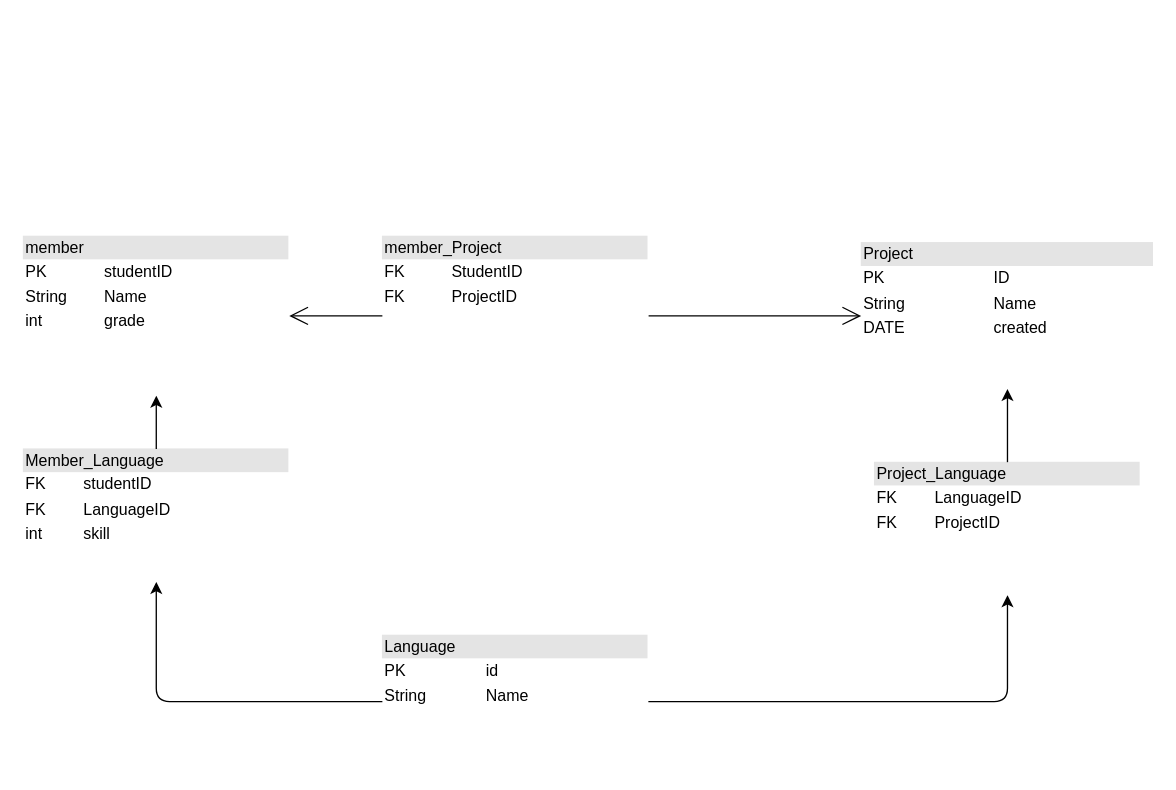
swkoubou/memberssite keeps this draw.io diagram as Documents/e_r.drawio. Above is the earlier version. Source tidied: cells renumbered, new cells numbered last; positions are measured from the earlier drawing's top-left corner, leaving out a move shared by most shapes. Both pictures are drawn from the tidied source at 133%, with x=0, y=0 at pixel (23, 235).
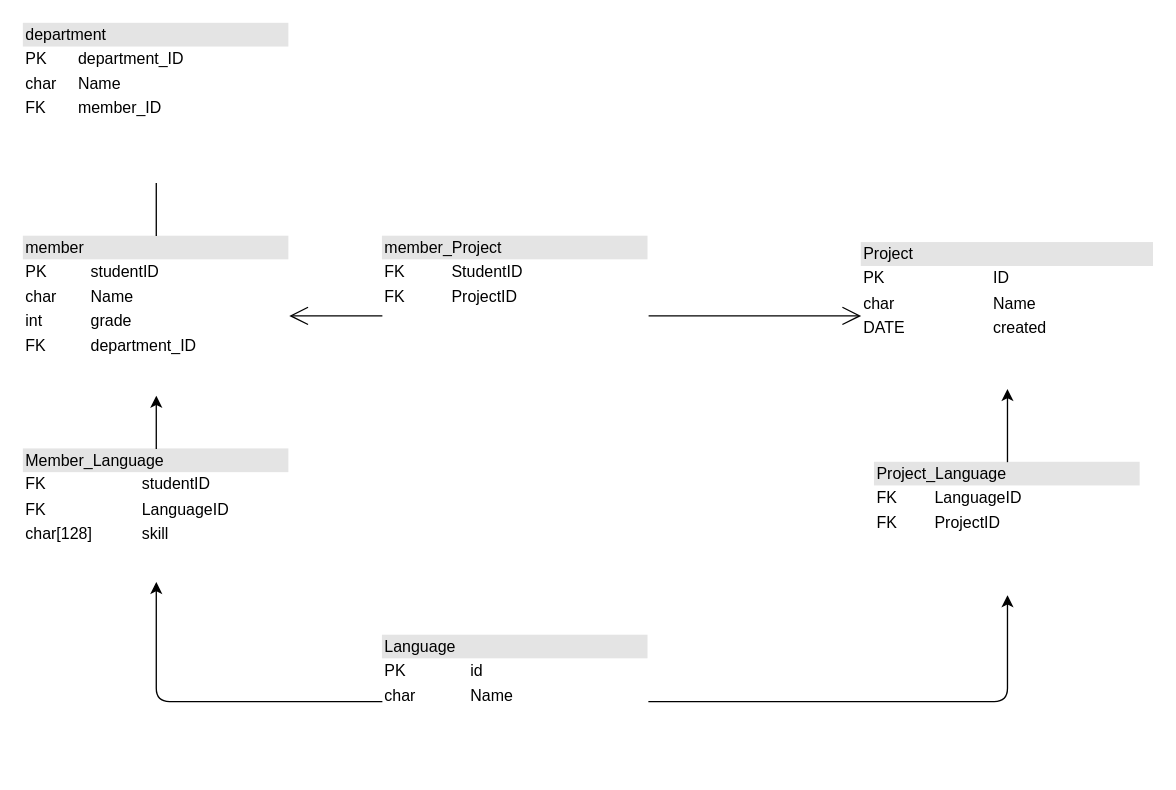
Above is the later version.

Commit message:
前回の変更分反映

What changed in the source:
```diff
@@
 <mxGraphModel>
   <root>
     <mxCell id="0" />
     <mxCell id="1" parent="0" />
-    <mxCell id="2" value="&lt;div style=&quot;box-sizing: border-box ; width: 100% ; background: #e4e4e4 ; padding: 2px&quot;&gt;&lt;font color=&quot;#000000&quot;&gt;member&lt;/font&gt;&lt;/div&gt;&lt;table style=&quot;width: 100% ; font-size: 1em&quot; cellpadding=&quot;2&quot; cellspacing=&quot;0&quot;&gt;&lt;tbody&gt;&lt;tr&gt;&lt;td&gt;PK&lt;/td&gt;&lt;td&gt;studentID&lt;/td&gt;&lt;/tr&gt;&lt;tr&gt;&lt;td&gt;String&lt;/td&gt;&lt;td&gt;Name&lt;/td&gt;&lt;/tr&gt;&lt;tr&gt;&lt;td&gt;int&lt;/td&gt;&lt;td&gt;grade&lt;span style=&quot;white-space: pre&quot;&gt;&#9;&lt;/span&gt;&lt;span style=&quot;white-space: pre&quot;&gt;&#9;&lt;/span&gt;&lt;br&gt;&lt;/td&gt;&lt;/tr&gt;&lt;/tbody&gt;&lt;/table&gt;" style="verticalAlign=top;align=left;overflow=fill;html=1;strokeColor=none;" parent="1" vertex="1">
+    <mxCell id="2" value="&lt;div style=&quot;box-sizing: border-box ; width: 100% ; background: #e4e4e4 ; padding: 2px&quot;&gt;&lt;font color=&quot;#000000&quot;&gt;member&lt;/font&gt;&lt;/div&gt;&lt;table style=&quot;width: 100% ; font-size: 1em&quot; cellpadding=&quot;2&quot; cellspacing=&quot;0&quot;&gt;&lt;tbody&gt;&lt;tr&gt;&lt;td&gt;PK&lt;/td&gt;&lt;td&gt;studentID&lt;/td&gt;&lt;/tr&gt;&lt;tr&gt;&lt;td&gt;char&lt;/td&gt;&lt;td&gt;Name&lt;/td&gt;&lt;/tr&gt;&lt;tr&gt;&lt;td&gt;int&lt;/td&gt;&lt;td&gt;grade&lt;span style=&quot;white-space: pre&quot;&gt;&#9;&lt;/span&gt;&lt;span style=&quot;white-space: pre&quot;&gt;&#9;&lt;/span&gt;&lt;br&gt;&lt;/td&gt;&lt;/tr&gt;&lt;tr&gt;&lt;td&gt;FK&lt;/td&gt;&lt;td&gt;department_ID&lt;/td&gt;&lt;/tr&gt;&lt;/tbody&gt;&lt;/table&gt;" style="verticalAlign=top;align=left;overflow=fill;html=1;strokeColor=none;" parent="1" vertex="1">
       <mxGeometry width="200" height="120" as="geometry" />
     </mxCell>
-    <mxCell id="3" value="&lt;div style=&quot;box-sizing: border-box ; width: 100% ; background: #e4e4e4 ; padding: 2px&quot;&gt;&lt;font color=&quot;#000000&quot;&gt;Language&lt;/font&gt;&lt;/div&gt;&lt;table style=&quot;width: 100% ; font-size: 1em&quot; cellpadding=&quot;2&quot; cellspacing=&quot;0&quot;&gt;&lt;tbody&gt;&lt;tr&gt;&lt;td&gt;PK&lt;/td&gt;&lt;td&gt;id&lt;br&gt;&lt;/td&gt;&lt;/tr&gt;&lt;tr&gt;&lt;td&gt;String&lt;/td&gt;&lt;td&gt;Name&lt;/td&gt;&lt;/tr&gt;&lt;tr&gt;&lt;td&gt;&lt;/td&gt;&lt;td&gt;&lt;span style=&quot;white-space: pre&quot;&gt;&#9;&lt;/span&gt;&lt;span style=&quot;white-space: pre&quot;&gt;&#9;&lt;/span&gt;&lt;br&gt;&lt;/td&gt;&lt;/tr&gt;&lt;/tbody&gt;&lt;/table&gt;" style="verticalAlign=top;align=left;overflow=fill;html=1;strokeColor=none;" parent="1" vertex="1">
+    <mxCell id="3" value="&lt;div style=&quot;box-sizing: border-box ; width: 100% ; background: #e4e4e4 ; padding: 2px&quot;&gt;&lt;font color=&quot;#000000&quot;&gt;Language&lt;/font&gt;&lt;/div&gt;&lt;table style=&quot;width: 100% ; font-size: 1em&quot; cellpadding=&quot;2&quot; cellspacing=&quot;0&quot;&gt;&lt;tbody&gt;&lt;tr&gt;&lt;td&gt;PK&lt;/td&gt;&lt;td&gt;id&lt;br&gt;&lt;/td&gt;&lt;/tr&gt;&lt;tr&gt;&lt;td&gt;char&lt;/td&gt;&lt;td&gt;Name&lt;/td&gt;&lt;/tr&gt;&lt;tr&gt;&lt;td&gt;&lt;/td&gt;&lt;td&gt;&lt;span style=&quot;white-space: pre&quot;&gt;&#9;&lt;/span&gt;&lt;span style=&quot;white-space: pre&quot;&gt;&#9;&lt;/span&gt;&lt;br&gt;&lt;/td&gt;&lt;/tr&gt;&lt;/tbody&gt;&lt;/table&gt;" style="verticalAlign=top;align=left;overflow=fill;html=1;strokeColor=none;" parent="1" vertex="1">
       <mxGeometry x="270" y="300" width="200" height="100" as="geometry" />
     </mxCell>
-    <mxCell id="4" value="&lt;div style=&quot;box-sizing: border-box ; width: 100% ; background: #e4e4e4 ; padding: 2px&quot;&gt;&lt;font color=&quot;#000000&quot;&gt;Project&lt;/font&gt;&lt;/div&gt;&lt;table style=&quot;width: 100% ; font-size: 1em&quot; cellpadding=&quot;2&quot; cellspacing=&quot;0&quot;&gt;&lt;tbody&gt;&lt;tr&gt;&lt;td&gt;PK&lt;/td&gt;&lt;td&gt;ID&lt;/td&gt;&lt;/tr&gt;&lt;tr&gt;&lt;td&gt;String&lt;/td&gt;&lt;td&gt;Name&lt;/td&gt;&lt;/tr&gt;&lt;tr&gt;&lt;td&gt;DATE&lt;/td&gt;&lt;td&gt;created&lt;/td&gt;&lt;/tr&gt;&lt;/tbody&gt;&lt;/table&gt;" style="verticalAlign=top;align=left;overflow=fill;html=1;strokeColor=none;" parent="1" vertex="1">
+    <mxCell id="4" value="&lt;div style=&quot;box-sizing: border-box ; width: 100% ; background: #e4e4e4 ; padding: 2px&quot;&gt;&lt;font color=&quot;#000000&quot;&gt;Project&lt;/font&gt;&lt;/div&gt;&lt;table style=&quot;width: 100% ; font-size: 1em&quot; cellpadding=&quot;2&quot; cellspacing=&quot;0&quot;&gt;&lt;tbody&gt;&lt;tr&gt;&lt;td&gt;PK&lt;/td&gt;&lt;td&gt;ID&lt;/td&gt;&lt;/tr&gt;&lt;tr&gt;&lt;td&gt;char&lt;/td&gt;&lt;td&gt;Name&lt;/td&gt;&lt;/tr&gt;&lt;tr&gt;&lt;td&gt;DATE&lt;/td&gt;&lt;td&gt;created&lt;/td&gt;&lt;/tr&gt;&lt;/tbody&gt;&lt;/table&gt;" style="verticalAlign=top;align=left;overflow=fill;html=1;strokeColor=none;" parent="1" vertex="1">
       <mxGeometry x="630" y="5" width="220" height="110" as="geometry" />
     </mxCell>
     <mxCell id="5" style="endArrow=open;endFill=1;endSize=12;html=1;fontColor=#000000;startArrow=none;entryX=0;entryY=0.5;entryDx=0;entryDy=0;" parent="1" edge="1" source="6" target="4">
       <mxGeometry relative="1" as="geometry" />
     </mxCell>
     <mxCell id="6" value="&lt;div style=&quot;box-sizing: border-box ; width: 100% ; background: #e4e4e4 ; padding: 2px&quot;&gt;&lt;font color=&quot;#000000&quot;&gt;member_Project&lt;/font&gt;&lt;/div&gt;&lt;table style=&quot;width: 100% ; font-size: 1em&quot; cellpadding=&quot;2&quot; cellspacing=&quot;0&quot;&gt;&lt;tbody&gt;&lt;tr&gt;&lt;td&gt;FK&lt;/td&gt;&lt;td&gt;StudentID&lt;/td&gt;&lt;/tr&gt;&lt;tr&gt;&lt;td&gt;FK&lt;/td&gt;&lt;td&gt;ProjectID&lt;/td&gt;&lt;/tr&gt;&lt;/tbody&gt;&lt;/table&gt;" style="verticalAlign=top;align=left;overflow=fill;html=1;strokeColor=none;" parent="1" vertex="1">
       <mxGeometry x="270" width="200" height="120" as="geometry" />
     </mxCell>
     <mxCell id="7" style="endArrow=open;endFill=1;endSize=12;html=1;fontColor=#000000;entryX=1;entryY=0.5;entryDx=0;entryDy=0;exitX=0;exitY=0.5;exitDx=0;exitDy=0;" parent="1" edge="1" source="6" target="2">
       <mxGeometry relative="1" as="geometry" />
     </mxCell>
-    <mxCell id="8" value="&lt;div style=&quot;box-sizing: border-box ; width: 100% ; background: #e4e4e4 ; padding: 2px&quot;&gt;&lt;font color=&quot;#000000&quot;&gt;Member_Language&lt;/font&gt;&lt;/div&gt;&lt;table style=&quot;width: 100% ; font-size: 1em&quot; cellpadding=&quot;2&quot; cellspacing=&quot;0&quot;&gt;&lt;tbody&gt;&lt;tr&gt;&lt;td&gt;FK&lt;/td&gt;&lt;td&gt;studentID&lt;/td&gt;&lt;/tr&gt;&lt;tr&gt;&lt;td&gt;FK&lt;/td&gt;&lt;td&gt;LanguageID&lt;/td&gt;&lt;/tr&gt;&lt;tr&gt;&lt;td&gt;int&lt;/td&gt;&lt;td&gt;skill&lt;/td&gt;&lt;/tr&gt;&lt;/tbody&gt;&lt;/table&gt;" style="verticalAlign=top;align=left;overflow=fill;html=1;strokeColor=none;" parent="1" vertex="1">
+    <mxCell id="8" value="&lt;div style=&quot;box-sizing: border-box ; width: 100% ; background: #e4e4e4 ; padding: 2px&quot;&gt;&lt;font color=&quot;#000000&quot;&gt;Member_Language&lt;/font&gt;&lt;/div&gt;&lt;table style=&quot;width: 100% ; font-size: 1em&quot; cellpadding=&quot;2&quot; cellspacing=&quot;0&quot;&gt;&lt;tbody&gt;&lt;tr&gt;&lt;td&gt;FK&lt;/td&gt;&lt;td&gt;studentID&lt;/td&gt;&lt;/tr&gt;&lt;tr&gt;&lt;td&gt;FK&lt;/td&gt;&lt;td&gt;LanguageID&lt;/td&gt;&lt;/tr&gt;&lt;tr&gt;&lt;td&gt;char[128]&lt;/td&gt;&lt;td&gt;skill&lt;/td&gt;&lt;/tr&gt;&lt;/tbody&gt;&lt;/table&gt;" style="verticalAlign=top;align=left;overflow=fill;html=1;strokeColor=none;" parent="1" vertex="1">
       <mxGeometry y="160" width="200" height="100" as="geometry" />
     </mxCell>
     <mxCell id="9" value="&lt;div style=&quot;box-sizing: border-box ; width: 100% ; background: #e4e4e4 ; padding: 2px&quot;&gt;&lt;font color=&quot;#000000&quot;&gt;Project_Language&lt;/font&gt;&lt;/div&gt;&lt;table style=&quot;width: 100% ; font-size: 1em&quot; cellpadding=&quot;2&quot; cellspacing=&quot;0&quot;&gt;&lt;tbody&gt;&lt;tr&gt;&lt;td&gt;FK&lt;/td&gt;&lt;td&gt;LanguageID&lt;/td&gt;&lt;/tr&gt;&lt;tr&gt;&lt;td&gt;FK&lt;/td&gt;&lt;td&gt;ProjectID&lt;/td&gt;&lt;/tr&gt;&lt;tr&gt;&lt;td&gt;&lt;/td&gt;&lt;td&gt;&lt;span style=&quot;white-space: pre&quot;&gt;&#9;&lt;/span&gt;&lt;span style=&quot;white-space: pre&quot;&gt;&#9;&lt;/span&gt;&lt;br&gt;&lt;/td&gt;&lt;/tr&gt;&lt;/tbody&gt;&lt;/table&gt;" style="verticalAlign=top;align=left;overflow=fill;html=1;strokeColor=none;" parent="1" vertex="1">
       <mxGeometry x="640" y="170" width="200" height="100" as="geometry" />
     </mxCell>
     <mxCell id="10" style="endArrow=classic;html=1;fontColor=#000000;entryX=0.5;entryY=1;entryDx=0;entryDy=0;exitX=0.5;exitY=0;exitDx=0;exitDy=0;" parent="1" edge="1" source="8" target="2">
       <mxGeometry relative="1" as="geometry" />
     </mxCell>
     <mxCell id="11" style="edgeStyle=segmentEdgeStyle;endArrow=classic;html=1;fontColor=#000000;entryX=0.5;entryY=1;entryDx=0;entryDy=0;exitX=0;exitY=0.5;exitDx=0;exitDy=0;" parent="1" edge="1" source="3" target="8">
       <mxGeometry relative="1" as="geometry" />
     </mxCell>
     <mxCell id="12" style="edgeStyle=segmentEdgeStyle;endArrow=classic;html=1;fontColor=#000000;exitX=1;exitY=0.5;exitDx=0;exitDy=0;entryX=0.5;entryY=1;entryDx=0;entryDy=0;" parent="1" edge="1" source="3" target="9">
       <mxGeometry relative="1" as="geometry" />
     </mxCell>
     <mxCell id="13" style="endArrow=classic;html=1;fontColor=#000000;entryX=0.5;entryY=1;entryDx=0;entryDy=0;exitX=0.5;exitY=0;exitDx=0;exitDy=0;" parent="1" edge="1" source="9" target="4">
       <mxGeometry relative="1" as="geometry" />
     </mxCell>
+    <mxCell id="14" value="&lt;div style=&quot;box-sizing: border-box ; width: 100% ; background: #e4e4e4 ; padding: 2px&quot;&gt;&lt;font color=&quot;#000000&quot;&gt;department&lt;/font&gt;&lt;/div&gt;&lt;table style=&quot;width: 100% ; font-size: 1em&quot; cellpadding=&quot;2&quot; cellspacing=&quot;0&quot;&gt;&lt;tbody&gt;&lt;tr&gt;&lt;td&gt;PK&lt;/td&gt;&lt;td&gt;department_ID&lt;/td&gt;&lt;/tr&gt;&lt;tr&gt;&lt;td&gt;char&lt;/td&gt;&lt;td&gt;Name&lt;/td&gt;&lt;/tr&gt;&lt;tr&gt;&lt;td&gt;FK&lt;/td&gt;&lt;td&gt;member_ID&lt;span style=&quot;white-space: pre&quot;&gt;&#9;&lt;/span&gt;&lt;span style=&quot;white-space: pre&quot;&gt;&#9;&lt;/span&gt;&lt;br&gt;&lt;/td&gt;&lt;/tr&gt;&lt;/tbody&gt;&lt;/table&gt;" style="verticalAlign=top;align=left;overflow=fill;html=1;strokeColor=none;" parent="1" vertex="1">
+      <mxGeometry y="-160" width="200" height="120" as="geometry" />
+    </mxCell>
+    <mxCell id="15" style="endArrow=none;html=1;entryX=0.5;entryY=1;entryDx=0;entryDy=0;exitX=0.5;exitY=0;exitDx=0;exitDy=0;" parent="1" edge="1" source="2" target="14">
+      <mxGeometry relative="1" as="geometry" />
+    </mxCell>
   </root>
 </mxGraphModel>
```
